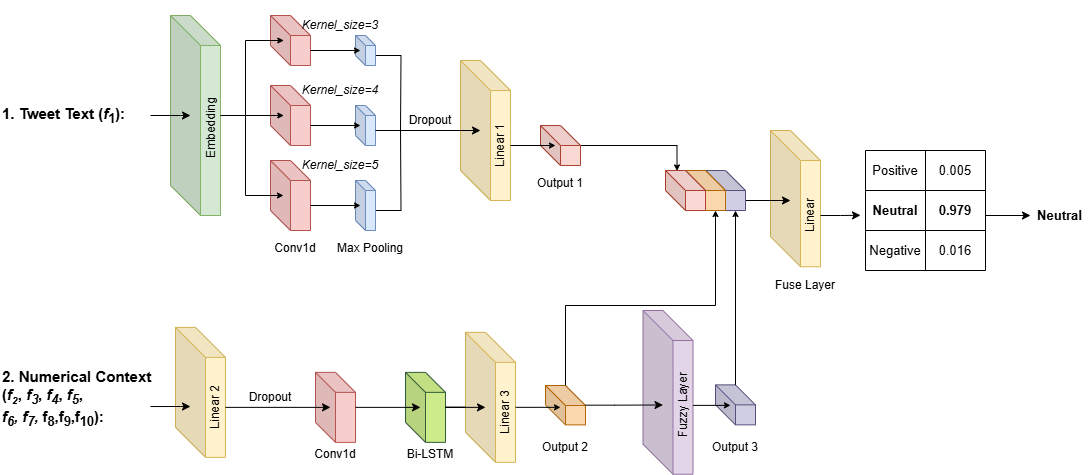
Before: model_structure.png, a diagram exported from draw.io (123fangyang/FDHN). Source tidied: cells renumbered, new cells last; positions are measured from the earlier drawing's top-left corner, leaving out a move shared by most shapes.
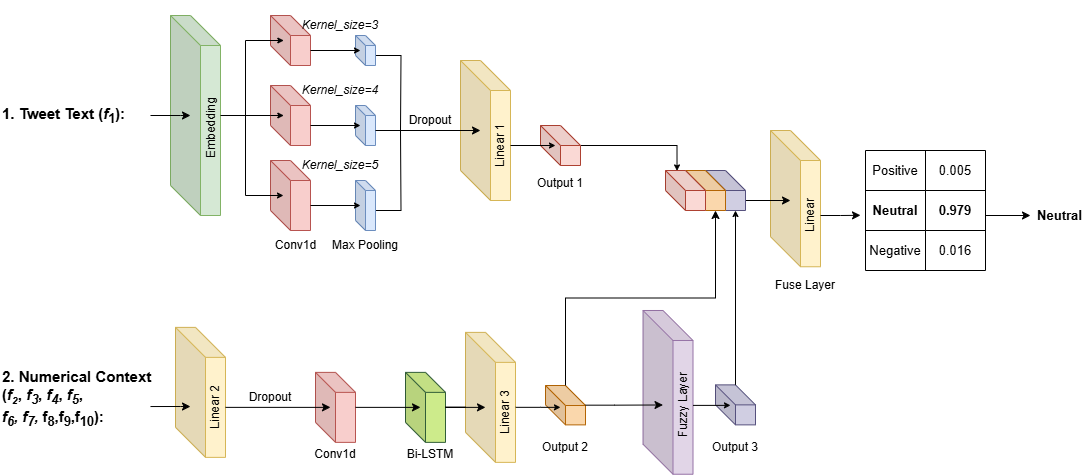
The same file after the commit.

The edit, as a diff of the source:
```diff
@@ -73,11 +73,8 @@
       <mxGeometry relative="1" as="geometry" />
     </mxCell>
     <mxCell id="20" value="&lt;font style=&quot;font-size: 12px;&quot;&gt;Max Pooling&lt;/font&gt;" style="text;html=1;strokeColor=none;fillColor=none;align=center;verticalAlign=middle;whiteSpace=wrap;rounded=0;fontSize=12;rotation=0;" parent="1" vertex="1">
-      <mxGeometry x="325" y="240" width="90" height="15" as="geometry" />
+      <mxGeometry x="320" y="237.5" width="90" height="15" as="geometry" />
     </mxCell>
-    <mxCell id="21" value="Conv1d" style="text;html=1;strokeColor=none;fillColor=none;align=center;verticalAlign=middle;whiteSpace=wrap;rounded=0;" parent="1" vertex="1">
-      <mxGeometry x="265" y="240" width="60" height="15" as="geometry" />
-    </mxCell>
     <mxCell id="22" style="shape=cube;whiteSpace=wrap;html=1;boundedLbl=1;backgroundOutline=1;darkOpacity=0.05;darkOpacity2=0.1;size=30;fillColor=#fff2cc;strokeColor=#d6b656;" parent="1" vertex="1">
       <mxGeometry x="460" y="60" width="50" height="140" as="geometry" />
     </mxCell>
@@ -223,15 +220,6 @@
     <mxCell id="62" value="&lt;font style=&quot;font-size: 12px;&quot;&gt;Kernel_size=4&lt;/font&gt;" style="text;html=1;strokeColor=none;fillColor=none;align=center;verticalAlign=middle;whiteSpace=wrap;rounded=0;fontSize=12;rotation=0;fontStyle=2;" parent="1" vertex="1">
       <mxGeometry x="295" y="65" width="90" height="50" as="geometry" />
     </mxCell>
-    <mxCell id="63" style="edgeStyle=orthogonalEdgeStyle;rounded=0;jettySize=auto;html=1;endArrow=classic;endFill=1;endSize=4;startSize=4;entryX=0;entryY=0;entryDx=30;entryDy=40;entryPerimeter=0;exitX=0;exitY=0;exitDx=20;exitDy=0;exitPerimeter=0;" parent="1" edge="1" source="41">
-      <mxGeometry relative="1" as="geometry">
-        <mxPoint x="715" y="210" as="targetPoint" />
-        <Array as="points">
-          <mxPoint x="565" y="305" />
-          <mxPoint x="715" y="305" />
-        </Array>
-      </mxGeometry>
-    </mxCell>
     <mxCell id="64" style="shape=table;startSize=0;fontSize=13;" parent="1" vertex="1">
       <mxGeometry x="865" y="150" width="120" height="120" as="geometry" />
     </mxCell>
@@ -281,5 +269,11 @@
         </Array>
       </mxGeometry>
     </mxCell>
+    <mxCell id="77" style="edgeStyle=orthogonalEdgeStyle;rounded=0;jettySize=auto;html=1;exitX=0;exitY=0;exitDx=20;exitDy=0;exitPerimeter=0;entryX=0;entryY=0;entryDx=30;entryDy=40;entryPerimeter=0;" parent="1" edge="1" source="41" target="55">
+      <mxGeometry relative="1" as="geometry" />
+    </mxCell>
+    <mxCell id="21" value="Conv1d" style="text;html=1;align=center;verticalAlign=middle;strokeColor=none;fillColor=none;" parent="1" vertex="1">
+      <mxGeometry x="265" y="230" width="60" height="30" as="geometry" />
+    </mxCell>
   </root>
 </mxGraphModel>
```
